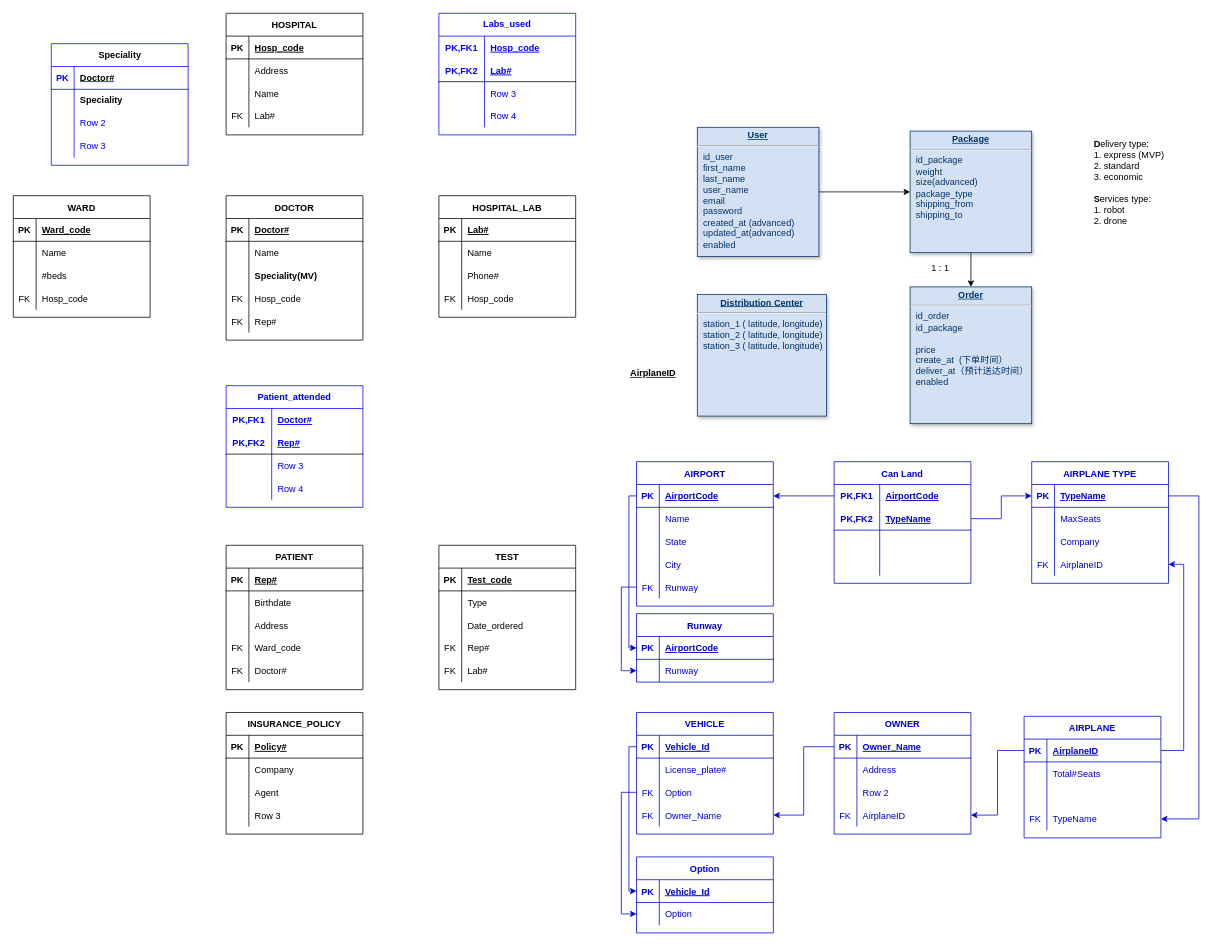
The draw.io diagram src/Untitled Diagram.drawio in DBZhaoyuner/d3-timer, before the edit. Source tidied: cells renumbered, new cells numbered last; positions are measured from the earlier drawing's top-left corner, leaving out a move shared by most shapes. Both pictures are drawn from the tidied source at 76%, with x=0, y=0 at pixel (13, 13).
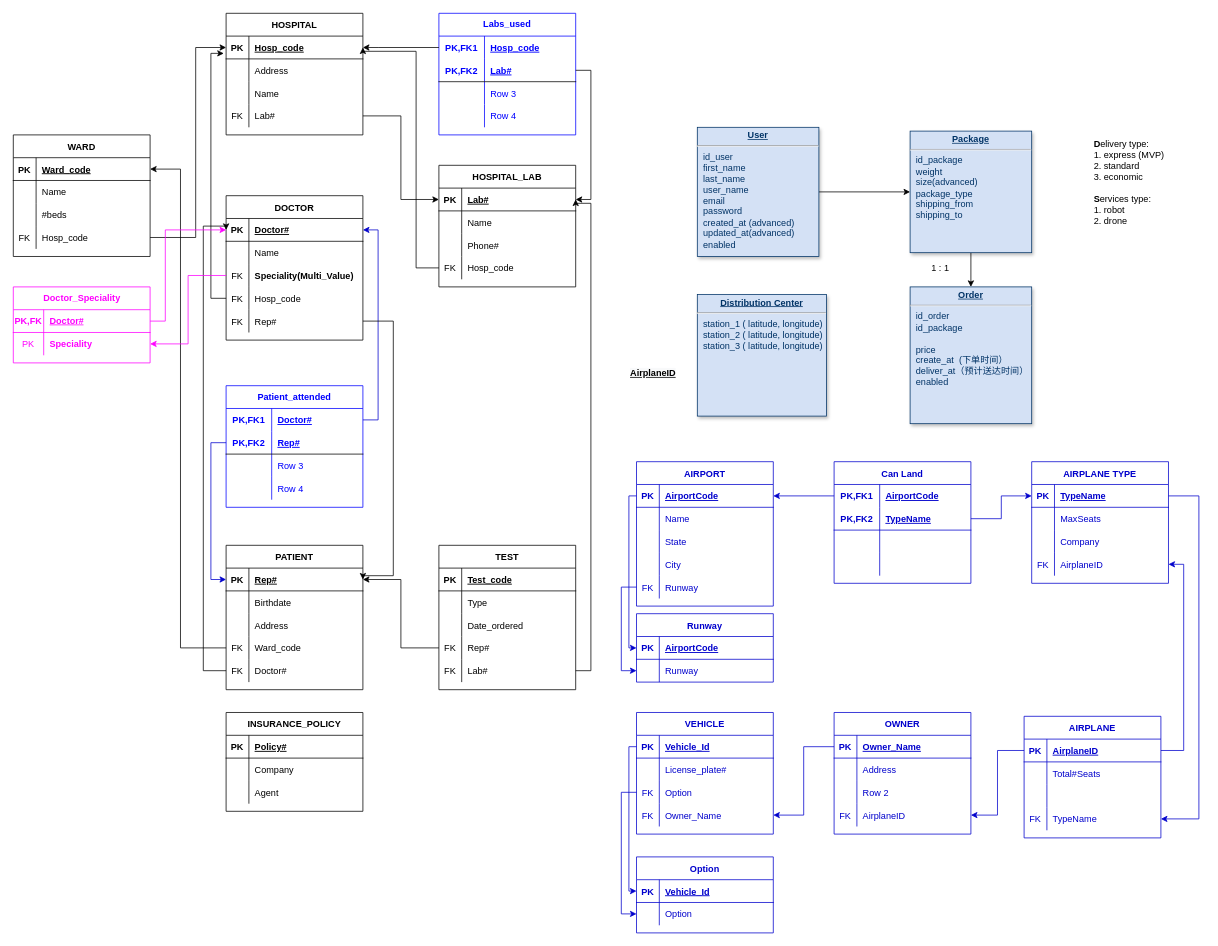
The same diagram, later.

The change refers to these unchanged cells:
```xml
<mxCell id="117" style="shape=tableRow;horizontal=0;startSize=0;swimlaneHead=0;swimlaneBody=0;fillColor=none;points=[[0,0.5],[1,0.5]];portConstraint=eastwest;top=0;left=0;right=0;bottom=1;" parent="116" vertex="1">
  <mxGeometry y="30" width="180" height="30" as="geometry" />
</mxCell>
<mxCell id="123" style="shape=tableRow;horizontal=0;startSize=0;swimlaneHead=0;swimlaneBody=0;fillColor=none;points=[[0,0.5],[1,0.5]];portConstraint=eastwest;top=0;left=0;right=0;bottom=0;" parent="116" vertex="1">
  <mxGeometry y="90" width="180" height="30" as="geometry" />
</mxCell>
<mxCell id="126" style="shape=tableRow;horizontal=0;startSize=0;swimlaneHead=0;swimlaneBody=0;fillColor=none;points=[[0,0.5],[1,0.5]];portConstraint=eastwest;top=0;left=0;right=0;bottom=0;" parent="116" vertex="1">
  <mxGeometry y="120" width="180" height="30" as="geometry" />
</mxCell>
<mxCell id="129" style="shape=tableRow;horizontal=0;startSize=0;swimlaneHead=0;swimlaneBody=0;fillColor=none;points=[[0,0.5],[1,0.5]];portConstraint=eastwest;top=0;left=0;right=0;bottom=0;" parent="116" vertex="1">
  <mxGeometry y="150" width="180" height="30" as="geometry" />
</mxCell>
<mxCell id="133" style="shape=tableRow;horizontal=0;startSize=0;swimlaneHead=0;swimlaneBody=0;fillColor=none;points=[[0,0.5],[1,0.5]];portConstraint=eastwest;top=0;left=0;right=0;bottom=1;" parent="132" vertex="1">
  <mxGeometry y="30" width="180" height="30" as="geometry" />
</mxCell>
<mxCell id="142" style="shape=tableRow;horizontal=0;startSize=0;swimlaneHead=0;swimlaneBody=0;fillColor=none;points=[[0,0.5],[1,0.5]];portConstraint=eastwest;top=0;left=0;right=0;bottom=0;" parent="132" vertex="1">
  <mxGeometry y="120" width="180" height="30" as="geometry" />
</mxCell>
<mxCell id="146" style="shape=tableRow;horizontal=0;startSize=0;swimlaneHead=0;swimlaneBody=0;fillColor=none;points=[[0,0.5],[1,0.5]];portConstraint=eastwest;top=0;left=0;right=0;bottom=1;" parent="145" vertex="1">
  <mxGeometry y="30" width="180" height="30" as="geometry" />
</mxCell>
<mxCell id="155" style="shape=tableRow;horizontal=0;startSize=0;swimlaneHead=0;swimlaneBody=0;fillColor=none;points=[[0,0.5],[1,0.5]];portConstraint=eastwest;top=0;left=0;right=0;bottom=0;" parent="145" vertex="1">
  <mxGeometry y="120" width="180" height="30" as="geometry" />
</mxCell>
<mxCell id="159" style="shape=tableRow;horizontal=0;startSize=0;swimlaneHead=0;swimlaneBody=0;fillColor=none;points=[[0,0.5],[1,0.5]];portConstraint=eastwest;top=0;left=0;right=0;bottom=1;" parent="158" vertex="1">
  <mxGeometry y="30" width="180" height="30" as="geometry" />
</mxCell>
<mxCell id="168" style="shape=tableRow;horizontal=0;startSize=0;swimlaneHead=0;swimlaneBody=0;fillColor=none;points=[[0,0.5],[1,0.5]];portConstraint=eastwest;top=0;left=0;right=0;bottom=0;" parent="158" vertex="1">
  <mxGeometry y="120" width="180" height="30" as="geometry" />
</mxCell>
<mxCell id="181" style="shape=tableRow;horizontal=0;startSize=0;swimlaneHead=0;swimlaneBody=0;fillColor=none;points=[[0,0.5],[1,0.5]];portConstraint=eastwest;top=0;left=0;right=0;bottom=0;" parent="171" vertex="1">
  <mxGeometry y="120" width="180" height="30" as="geometry" />
</mxCell>
<mxCell id="184" style="shape=tableRow;horizontal=0;startSize=0;swimlaneHead=0;swimlaneBody=0;fillColor=none;points=[[0,0.5],[1,0.5]];portConstraint=eastwest;top=0;left=0;right=0;bottom=0;" parent="171" vertex="1">
  <mxGeometry y="150" width="180" height="30" as="geometry" />
</mxCell>
<mxCell id="188" style="shape=tableRow;horizontal=0;startSize=0;swimlaneHead=0;swimlaneBody=0;fillColor=none;points=[[0,0.5],[1,0.5]];portConstraint=eastwest;top=0;left=0;right=0;bottom=1;" parent="187" vertex="1">
  <mxGeometry y="30" width="180" height="30" as="geometry" />
</mxCell>
<mxCell id="197" style="shape=tableRow;horizontal=0;startSize=0;swimlaneHead=0;swimlaneBody=0;fillColor=none;points=[[0,0.5],[1,0.5]];portConstraint=eastwest;top=0;left=0;right=0;bottom=0;" parent="187" vertex="1">
  <mxGeometry y="120" width="180" height="30" as="geometry" />
</mxCell>
<mxCell id="200" style="shape=tableRow;horizontal=0;startSize=0;swimlaneHead=0;swimlaneBody=0;fillColor=none;points=[[0,0.5],[1,0.5]];portConstraint=eastwest;top=0;left=0;right=0;bottom=0;" parent="187" vertex="1">
  <mxGeometry y="150" width="180" height="30" as="geometry" />
</mxCell>
<mxCell id="217" style="shape=tableRow;horizontal=0;startSize=0;swimlaneHead=0;swimlaneBody=0;fillColor=none;points=[[0,0.5],[1,0.5]];portConstraint=eastwest;top=0;left=0;right=0;bottom=0;fontColor=#0000FF;" parent="216" vertex="1">
  <mxGeometry y="30" width="180" height="30" as="geometry" />
</mxCell>
<mxCell id="220" style="shape=tableRow;horizontal=0;startSize=0;swimlaneHead=0;swimlaneBody=0;fillColor=none;points=[[0,0.5],[1,0.5]];portConstraint=eastwest;top=0;left=0;right=0;bottom=1;fontColor=#0000FF;" parent="216" vertex="1">
  <mxGeometry y="60" width="180" height="30" as="geometry" />
</mxCell>
<mxCell id="230" style="shape=tableRow;horizontal=0;startSize=0;swimlaneHead=0;swimlaneBody=0;fillColor=none;points=[[0,0.5],[1,0.5]];portConstraint=eastwest;top=0;left=0;right=0;bottom=0;fontColor=#0000FF;" parent="229" vertex="1">
  <mxGeometry y="30" width="180" height="30" as="geometry" />
</mxCell>
<mxCell id="233" style="shape=tableRow;horizontal=0;startSize=0;swimlaneHead=0;swimlaneBody=0;fillColor=none;points=[[0,0.5],[1,0.5]];portConstraint=eastwest;top=0;left=0;right=0;bottom=1;fontColor=#0000FF;" parent="229" vertex="1">
  <mxGeometry y="60" width="180" height="30" as="geometry" />
</mxCell>
```

The edit, as a diff of the source:
```diff
@@
-    <mxCell id="124" style="shape=partialRectangle;fillColor=none;top=0;left=0;bottom=0;right=0;overflow=hidden;" parent="123" vertex="1">
+    <mxCell id="124" value="FK" style="shape=partialRectangle;fillColor=none;top=0;left=0;bottom=0;right=0;overflow=hidden;" parent="123" vertex="1">
       <mxGeometry width="30" height="30" as="geometry" />
     </mxCell>
-    <mxCell id="125" value="Speciality(MV)" style="shape=partialRectangle;fillColor=none;top=0;left=0;bottom=0;right=0;align=left;spacingLeft=6;overflow=hidden;fontStyle=1;" parent="123" vertex="1">
+    <mxCell id="125" value="Speciality(Multi_Value)" style="shape=partialRectangle;fillColor=none;top=0;left=0;bottom=0;right=0;align=left;spacingLeft=6;overflow=hidden;fontStyle=1;" parent="123" vertex="1">
       <mxGeometry x="30" width="150" height="30" as="geometry" />
     </mxCell>
@@
     <mxCell id="132" value="WARD" style="shape=table;startSize=30;childLayout=tableLayout;rowLines=0;fontStyle=1;align=center;" parent="1" vertex="1">
-      <mxGeometry y="240" width="180" height="160" as="geometry" />
+      <mxGeometry y="160" width="180" height="160" as="geometry" />
     </mxCell>
@@
     <mxCell id="158" value="HOSPITAL_LAB" style="shape=table;startSize=30;childLayout=tableLayout;rowLines=0;fontStyle=1;align=center;" parent="1" vertex="1">
-      <mxGeometry x="560" y="240" width="180" height="160" as="geometry" />
+      <mxGeometry x="560" y="200" width="180" height="160" as="geometry" />
     </mxCell>
@@
     <mxCell id="203" value="INSURANCE_POLICY" style="shape=table;startSize=30;childLayout=tableLayout;rowLines=0;fontStyle=1;align=center;" parent="1" vertex="1">
-      <mxGeometry x="280" y="920" width="180" height="160" as="geometry" />
+      <mxGeometry x="280" y="920" width="180" height="130" as="geometry" />
     </mxCell>
@@
-    <mxCell id="213" style="shape=tableRow;horizontal=0;startSize=0;swimlaneHead=0;swimlaneBody=0;fillColor=none;top=0;left=0;right=0;bottom=0;" parent="203" vertex="1">
-      <mxGeometry y="120" width="180" height="30" as="geometry" />
-    </mxCell>
-    <mxCell id="214" style="shape=partialRectangle;fillColor=none;top=0;left=0;bottom=0;right=0;overflow=hidden;" parent="213" vertex="1">
-      <mxGeometry width="30" height="30" as="geometry" />
-    </mxCell>
-    <mxCell id="215" value="Row 3" style="shape=partialRectangle;fillColor=none;top=0;left=0;bottom=0;right=0;align=left;spacingLeft=6;overflow=hidden;" parent="213" vertex="1">
-      <mxGeometry x="30" width="150" height="30" as="geometry" />
-    </mxCell>
@@
-    <mxCell id="242" value="&lt;span style=&quot;color: rgb(0 , 0 , 0) ; text-align: left&quot;&gt;Speciality&lt;/span&gt;" style="shape=table;startSize=30;childLayout=tableLayout;rowLines=0;fontStyle=1;align=center;labelBackgroundColor=none;labelBorderColor=none;fontColor=#0000FF;strokeColor=#0000FF;html=1;" parent="1" vertex="1">
-      <mxGeometry x="50" y="40" width="180" height="160" as="geometry" />
+    <mxCell id="242" value="&lt;span style=&quot;text-align: left;&quot;&gt;Doctor_Speciality&lt;/span&gt;" style="shape=table;startSize=30;childLayout=tableLayout;rowLines=0;fontStyle=1;align=center;labelBackgroundColor=none;labelBorderColor=none;fontColor=#FF00FF;strokeColor=#FF00FF;html=1;" parent="1" vertex="1">
+      <mxGeometry y="360" width="180" height="100" as="geometry" />
     </mxCell>
-    <mxCell id="243" style="shape=tableRow;horizontal=0;startSize=0;swimlaneHead=0;swimlaneBody=0;fillColor=none;points=[[0,0.5],[1,0.5]];portConstraint=eastwest;top=0;left=0;right=0;bottom=1;labelBackgroundColor=none;labelBorderColor=none;fontColor=#0000FF;strokeColor=#0000FF;html=1;" parent="242" vertex="1">
+    <mxCell id="243" style="shape=tableRow;horizontal=0;startSize=0;swimlaneHead=0;swimlaneBody=0;fillColor=none;points=[[0,0.5],[1,0.5]];portConstraint=eastwest;top=0;left=0;right=0;bottom=1;labelBackgroundColor=none;labelBorderColor=none;fontColor=#FF00FF;strokeColor=#FF00FF;html=1;" parent="242" vertex="1">
       <mxGeometry y="30" width="180" height="30" as="geometry" />
     </mxCell>
-    <mxCell id="244" value="PK" style="shape=partialRectangle;fillColor=none;top=0;left=0;bottom=0;right=0;fontStyle=1;overflow=hidden;labelBackgroundColor=none;labelBorderColor=none;fontColor=#0000FF;strokeColor=#0000FF;html=1;" parent="243" vertex="1">
-      <mxGeometry width="30" height="30" as="geometry" />
+    <mxCell id="244" value="PK,FK" style="shape=partialRectangle;fillColor=none;top=0;left=0;bottom=0;right=0;fontStyle=1;overflow=hidden;labelBackgroundColor=none;labelBorderColor=none;fontColor=#FF00FF;strokeColor=#FF00FF;html=1;" parent="243" vertex="1">
+      <mxGeometry width="40" height="30" as="geometry" />
     </mxCell>
-    <mxCell id="245" value="&lt;span style=&quot;color: rgb(0 , 0 , 0)&quot;&gt;Doctor#&lt;/span&gt;" style="shape=partialRectangle;fillColor=none;top=0;left=0;bottom=0;right=0;align=left;spacingLeft=6;fontStyle=5;overflow=hidden;labelBackgroundColor=none;labelBorderColor=none;fontColor=#0000FF;strokeColor=#0000FF;html=1;" parent="243" vertex="1">
-      <mxGeometry x="30" width="150" height="30" as="geometry" />
+    <mxCell id="245" value="&lt;span style=&quot;&quot;&gt;Doctor#&lt;/span&gt;" style="shape=partialRectangle;fillColor=none;top=0;left=0;bottom=0;right=0;align=left;spacingLeft=6;fontStyle=5;overflow=hidden;labelBackgroundColor=none;labelBorderColor=none;fontColor=#FF00FF;strokeColor=#FF00FF;html=1;" parent="243" vertex="1">
+      <mxGeometry x="40" width="140" height="30" as="geometry" />
     </mxCell>
-    <mxCell id="246" style="shape=tableRow;horizontal=0;startSize=0;swimlaneHead=0;swimlaneBody=0;fillColor=none;points=[[0,0.5],[1,0.5]];portConstraint=eastwest;top=0;left=0;right=0;bottom=0;labelBackgroundColor=none;labelBorderColor=none;fontColor=#0000FF;strokeColor=#0000FF;html=1;" parent="242" vertex="1">
+    <mxCell id="246" style="shape=tableRow;horizontal=0;startSize=0;swimlaneHead=0;swimlaneBody=0;fillColor=none;points=[[0,0.5],[1,0.5]];portConstraint=eastwest;top=0;left=0;right=0;bottom=0;labelBackgroundColor=none;labelBorderColor=none;fontColor=#FF00FF;strokeColor=#FF00FF;html=1;" parent="242" vertex="1">
       <mxGeometry y="60" width="180" height="30" as="geometry" />
     </mxCell>
-    <mxCell id="247" style="shape=partialRectangle;fillColor=none;top=0;left=0;bottom=0;right=0;overflow=hidden;labelBackgroundColor=none;labelBorderColor=none;fontColor=#0000FF;strokeColor=#0000FF;html=1;" parent="246" vertex="1">
-      <mxGeometry width="30" height="30" as="geometry" />
+    <mxCell id="247" value="PK" style="shape=partialRectangle;fillColor=none;top=0;left=0;bottom=0;right=0;overflow=hidden;labelBackgroundColor=none;labelBorderColor=none;fontColor=#FF00FF;strokeColor=#FF00FF;html=1;" parent="246" vertex="1">
+      <mxGeometry width="40" height="30" as="geometry" />
     </mxCell>
-    <mxCell id="248" value="&lt;span style=&quot;color: rgb(0 , 0 , 0) ; font-weight: 700&quot;&gt;Speciality&lt;/span&gt;" style="shape=partialRectangle;fillColor=none;top=0;left=0;bottom=0;right=0;align=left;spacingLeft=6;overflow=hidden;labelBackgroundColor=none;labelBorderColor=none;fontColor=#0000FF;strokeColor=#0000FF;html=1;" parent="246" vertex="1">
-      <mxGeometry x="30" width="150" height="30" as="geometry" />
+    <mxCell id="248" value="&lt;span style=&quot;font-weight: 700;&quot;&gt;Speciality&lt;/span&gt;" style="shape=partialRectangle;fillColor=none;top=0;left=0;bottom=0;right=0;align=left;spacingLeft=6;overflow=hidden;labelBackgroundColor=none;labelBorderColor=none;fontColor=#FF00FF;strokeColor=#FF00FF;html=1;" parent="246" vertex="1">
+      <mxGeometry x="40" width="140" height="30" as="geometry" />
     </mxCell>
-    <mxCell id="249" style="shape=tableRow;horizontal=0;startSize=0;swimlaneHead=0;swimlaneBody=0;fillColor=none;top=0;left=0;right=0;bottom=0;labelBackgroundColor=none;labelBorderColor=none;fontColor=#0000FF;strokeColor=#0000FF;html=1;" parent="242" vertex="1">
-      <mxGeometry y="90" width="180" height="30" as="geometry" />
-    </mxCell>
-    <mxCell id="250" style="shape=partialRectangle;fillColor=none;top=0;left=0;bottom=0;right=0;overflow=hidden;labelBackgroundColor=none;labelBorderColor=none;fontColor=#0000FF;strokeColor=#0000FF;html=1;" parent="249" vertex="1">
-      <mxGeometry width="30" height="30" as="geometry" />
-    </mxCell>
-    <mxCell id="251" value="Row 2" style="shape=partialRectangle;fillColor=none;top=0;left=0;bottom=0;right=0;align=left;spacingLeft=6;overflow=hidden;labelBackgroundColor=none;labelBorderColor=none;fontColor=#0000FF;strokeColor=#0000FF;html=1;" parent="249" vertex="1">
-      <mxGeometry x="30" width="150" height="30" as="geometry" />
-    </mxCell>
-    <mxCell id="252" style="shape=tableRow;horizontal=0;startSize=0;swimlaneHead=0;swimlaneBody=0;fillColor=none;top=0;left=0;right=0;bottom=0;labelBackgroundColor=none;labelBorderColor=none;fontColor=#0000FF;strokeColor=#0000FF;html=1;" parent="242" vertex="1">
-      <mxGeometry y="120" width="180" height="30" as="geometry" />
-    </mxCell>
-    <mxCell id="253" style="shape=partialRectangle;fillColor=none;top=0;left=0;bottom=0;right=0;overflow=hidden;labelBackgroundColor=none;labelBorderColor=none;fontColor=#0000FF;strokeColor=#0000FF;html=1;" parent="252" vertex="1">
-      <mxGeometry width="30" height="30" as="geometry" />
-    </mxCell>
-    <mxCell id="254" value="Row 3" style="shape=partialRectangle;fillColor=none;top=0;left=0;bottom=0;right=0;align=left;spacingLeft=6;overflow=hidden;labelBackgroundColor=none;labelBorderColor=none;fontColor=#0000FF;strokeColor=#0000FF;html=1;" parent="252" vertex="1">
-      <mxGeometry x="30" width="150" height="30" as="geometry" />
-    </mxCell>
+    <mxCell id="255" style="edgeStyle=orthogonalEdgeStyle;rounded=0;jettySize=auto;html=1;exitX=0;exitY=0.5;exitDx=0;exitDy=0;entryX=1;entryY=0.5;entryDx=0;entryDy=0;fontColor=#0000FF;" parent="1" edge="1" source="230" target="146">
+      <mxGeometry relative="1" as="geometry">
+        <Array as="points">
+          <mxPoint x="480" y="45" />
+          <mxPoint x="480" y="45" />
+        </Array>
+      </mxGeometry>
+    </mxCell>
+    <mxCell id="256" style="edgeStyle=orthogonalEdgeStyle;rounded=0;jettySize=auto;html=1;exitX=1;exitY=0.5;exitDx=0;exitDy=0;entryX=1;entryY=0.5;entryDx=0;entryDy=0;fontColor=#0000FF;" parent="1" edge="1" source="233" target="159">
+      <mxGeometry relative="1" as="geometry" />
+    </mxCell>
+    <mxCell id="257" style="edgeStyle=orthogonalEdgeStyle;rounded=0;jettySize=auto;html=1;exitX=1;exitY=0.5;exitDx=0;exitDy=0;entryX=1;entryY=0.5;entryDx=0;entryDy=0;fontColor=#0000FF;strokeColor=#0000CC;" parent="1" edge="1" source="217" target="117">
+      <mxGeometry relative="1" as="geometry" />
+    </mxCell>
+    <mxCell id="258" style="edgeStyle=orthogonalEdgeStyle;rounded=0;jettySize=auto;html=1;entryX=0;entryY=0.5;entryDx=0;entryDy=0;fontColor=#0000FF;" parent="1" edge="1" source="155" target="159">
+      <mxGeometry relative="1" as="geometry" />
+    </mxCell>
+    <mxCell id="259" style="edgeStyle=orthogonalEdgeStyle;rounded=0;jettySize=auto;html=1;entryX=0;entryY=0.5;entryDx=0;entryDy=0;fontColor=#0000FF;" parent="1" edge="1" source="142" target="146">
+      <mxGeometry relative="1" as="geometry">
+        <Array as="points">
+          <mxPoint x="240" y="295" />
+          <mxPoint x="240" y="45" />
+        </Array>
+      </mxGeometry>
+    </mxCell>
+    <mxCell id="260" style="edgeStyle=orthogonalEdgeStyle;rounded=0;jettySize=auto;html=1;entryX=0;entryY=0.5;entryDx=0;entryDy=0;fontColor=#0000FF;" parent="1" edge="1" source="200" target="117">
+      <mxGeometry relative="1" as="geometry">
+        <Array as="points">
+          <mxPoint x="250" y="865" />
+          <mxPoint x="250" y="280" />
+          <mxPoint x="280" y="280" />
+        </Array>
+      </mxGeometry>
+    </mxCell>
+    <mxCell id="261" style="edgeStyle=orthogonalEdgeStyle;rounded=0;jettySize=auto;html=1;entryX=1;entryY=0.5;entryDx=0;entryDy=0;fontColor=#0000FF;" parent="1" edge="1" source="197" target="133">
+      <mxGeometry relative="1" as="geometry">
+        <Array as="points">
+          <mxPoint x="220" y="835" />
+          <mxPoint x="220" y="205" />
+        </Array>
+      </mxGeometry>
+    </mxCell>
+    <mxCell id="262" style="edgeStyle=orthogonalEdgeStyle;rounded=0;jettySize=auto;html=1;entryX=1;entryY=0.5;entryDx=0;entryDy=0;fontColor=#0000FF;" parent="1" edge="1" source="184" target="159">
+      <mxGeometry relative="1" as="geometry">
+        <Array as="points">
+          <mxPoint x="760" y="865" />
+          <mxPoint x="760" y="250" />
+          <mxPoint x="740" y="250" />
+        </Array>
+      </mxGeometry>
+    </mxCell>
+    <mxCell id="263" style="edgeStyle=orthogonalEdgeStyle;rounded=0;jettySize=auto;html=1;entryX=1;entryY=0.5;entryDx=0;entryDy=0;fontColor=#0000FF;" parent="1" edge="1" source="181" target="188">
+      <mxGeometry relative="1" as="geometry" />
+    </mxCell>
+    <mxCell id="264" style="edgeStyle=orthogonalEdgeStyle;rounded=0;jettySize=auto;html=1;entryX=0;entryY=0.5;entryDx=0;entryDy=0;fontColor=#0000FF;strokeColor=#0000CC;" parent="1" edge="1" source="220" target="188">
+      <mxGeometry relative="1" as="geometry" />
+    </mxCell>
+    <mxCell id="265" style="edgeStyle=orthogonalEdgeStyle;rounded=0;jettySize=auto;html=1;entryX=1;entryY=0.5;entryDx=0;entryDy=0;fontColor=#0000FF;" parent="1" edge="1" source="168" target="146">
+      <mxGeometry relative="1" as="geometry">
+        <Array as="points">
+          <mxPoint x="530" y="335" />
+          <mxPoint x="530" y="50" />
+          <mxPoint x="460" y="50" />
+        </Array>
+      </mxGeometry>
+    </mxCell>
+    <mxCell id="266" style="edgeStyle=orthogonalEdgeStyle;rounded=0;jettySize=auto;html=1;entryX=1;entryY=0.5;entryDx=0;entryDy=0;fontColor=#0000FF;" parent="1" edge="1" source="129" target="188">
+      <mxGeometry relative="1" as="geometry">
+        <Array as="points">
+          <mxPoint x="500" y="405" />
+          <mxPoint x="500" y="740" />
+          <mxPoint x="460" y="740" />
+        </Array>
+      </mxGeometry>
+    </mxCell>
+    <mxCell id="267" style="edgeStyle=orthogonalEdgeStyle;rounded=0;jettySize=auto;html=1;fontColor=#0000FF;entryX=-0.017;entryY=0.758;entryDx=0;entryDy=0;entryPerimeter=0;" parent="1" edge="1" source="126" target="146">
+      <mxGeometry relative="1" as="geometry">
+        <Array as="points">
+          <mxPoint x="260" y="375" />
+          <mxPoint x="260" y="53" />
+          <mxPoint x="277" y="53" />
+        </Array>
+      </mxGeometry>
+    </mxCell>
+    <mxCell id="268" style="edgeStyle=orthogonalEdgeStyle;rounded=0;jettySize=auto;html=1;entryX=1;entryY=0.5;entryDx=0;entryDy=0;fontColor=#0000FF;strokeColor=#FF00FF;" parent="1" edge="1" source="123" target="246">
+      <mxGeometry relative="1" as="geometry" />
+    </mxCell>
+    <mxCell id="269" style="edgeStyle=orthogonalEdgeStyle;rounded=0;jettySize=auto;html=1;entryX=0;entryY=0.5;entryDx=0;entryDy=0;fontColor=#FF00FF;strokeColor=#FF00FF;" parent="1" edge="1" source="243" target="117">
+      <mxGeometry relative="1" as="geometry">
+        <Array as="points">
+          <mxPoint x="200" y="405" />
+          <mxPoint x="200" y="285" />
+        </Array>
+      </mxGeometry>
+    </mxCell>
```
